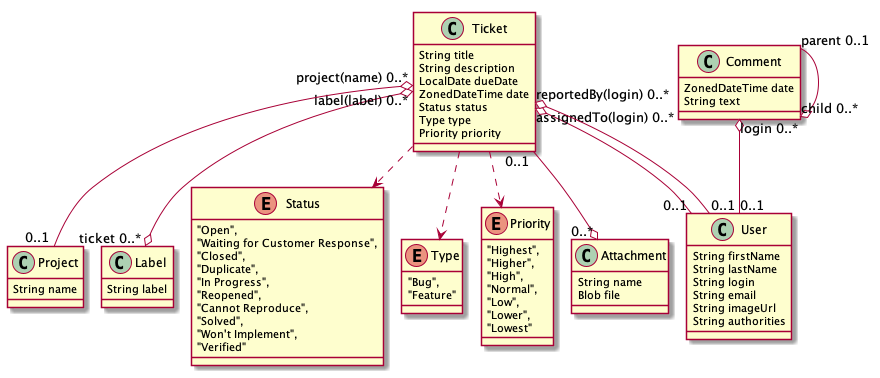
Earlier version of the PlantUML export bugzee.png (xt0fer/bugzee3).
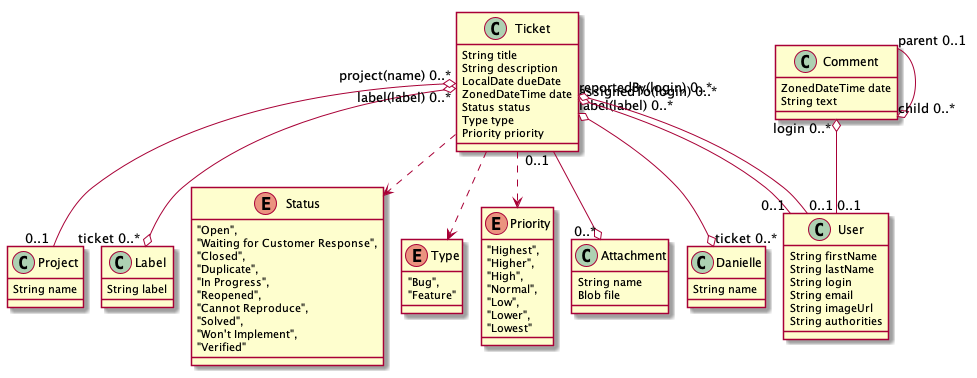
After the commit.

The edit, as a diff of the source:
```diff
@@ -23,7 +23,11 @@
 		String name
 		Blob file
 	}
+	class Danielle  {
+		String name
+	}
 	Ticket  "label(label) 0..* " o--o "ticket 0..* "  Label
+	Ticket  "label(label) 0..* " o--o "ticket 0..* "  Danielle
 	Ticket  "project(name) 0..* " o-- "0..1 "  Project
 	Ticket  "assignedTo(login) 0..* " o-- "0..1 "  User
 	Ticket  "reportedBy(login) 0..* " o-- "0..1 "  User
```
